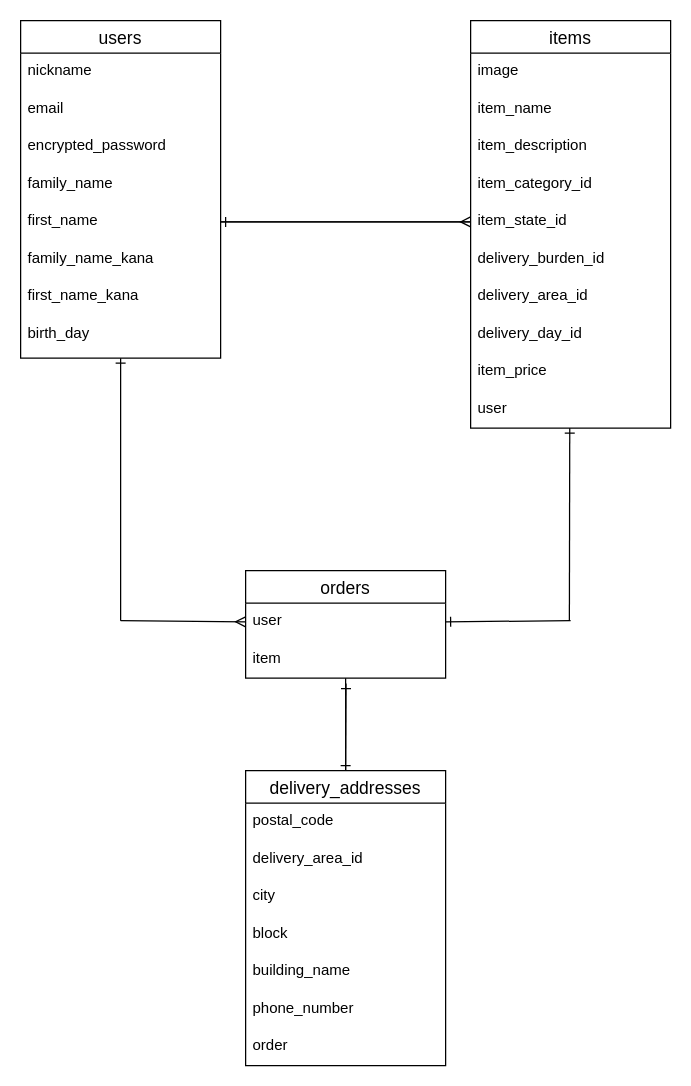
Before: ER.dio in yuukitokyo/furima-38542, a draw.io diagram. Source tidied: cells renumbered, new cells numbered last; positions are measured from the earlier drawing's top-left corner, leaving out a move shared by most shapes. Both pictures are drawn from the tidied source at 125%, with x=0, y=0 at pixel (20, 20).
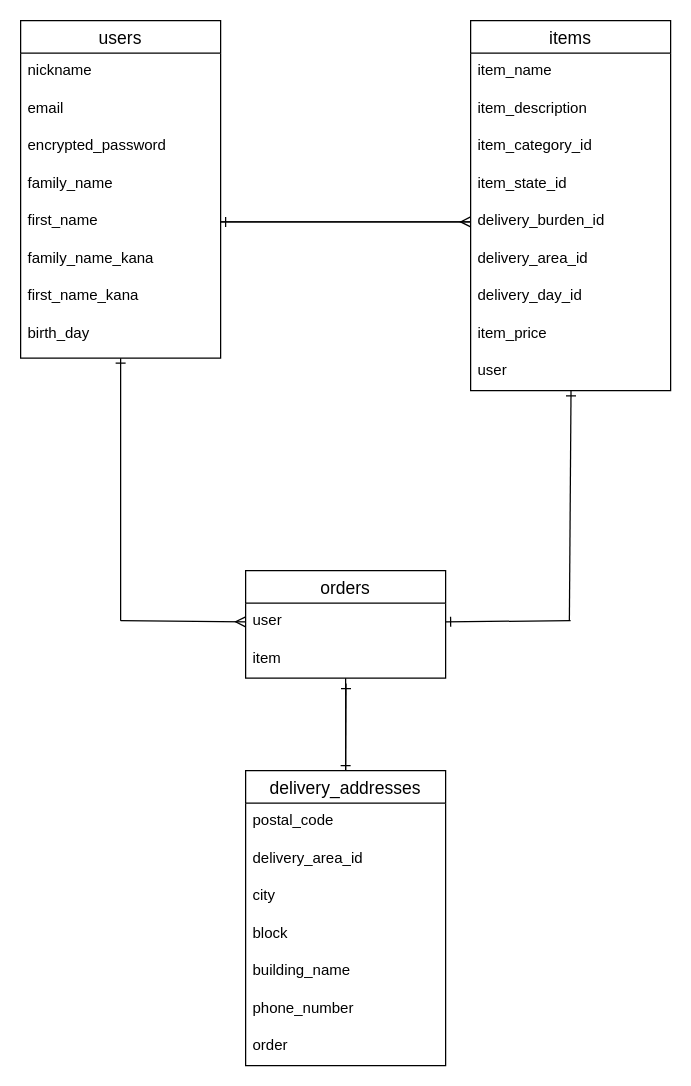
After the change.

Unchanged cells that the change refers to:
```xml
<mxCell id="7" value="first_name" style="text;strokeColor=none;fillColor=none;spacingLeft=4;spacingRight=4;overflow=hidden;points=[[0,0.5],[1,0.5]];portConstraint=eastwest;fontSize=12;" parent="2" vertex="1">
  <mxGeometry y="146" width="160" height="30" as="geometry" />
</mxCell>
```

The edit, as a diff of the source:
```diff
@@
     <mxCell id="11" value="items" style="swimlane;fontStyle=0;horizontal=1;startSize=26;align=center;fontSize=14;" parent="1" vertex="1">
-      <mxGeometry x="360" width="160" height="326" as="geometry" />
+      <mxGeometry x="360" width="160" height="296" as="geometry" />
     </mxCell>
-    <mxCell id="12" value="image" style="text;strokeColor=none;fillColor=none;spacingLeft=4;spacingRight=4;overflow=hidden;fontSize=12;" parent="11" vertex="1">
-      <mxGeometry y="26" width="160" height="30" as="geometry" />
-    </mxCell>
     <mxCell id="13" value="item_name" style="text;strokeColor=none;fillColor=none;spacingLeft=4;spacingRight=4;overflow=hidden;fontSize=12;" parent="11" vertex="1">
-      <mxGeometry y="56" width="160" height="30" as="geometry" />
+      <mxGeometry y="26" width="160" height="30" as="geometry" />
     </mxCell>
     <mxCell id="14" value="item_description" style="text;strokeColor=none;fillColor=none;spacingLeft=4;spacingRight=4;overflow=hidden;fontSize=12;" parent="11" vertex="1">
-      <mxGeometry y="86" width="160" height="30" as="geometry" />
+      <mxGeometry y="56" width="160" height="30" as="geometry" />
     </mxCell>
     <mxCell id="15" value="item_category_id" style="text;strokeColor=none;fillColor=none;spacingLeft=4;spacingRight=4;overflow=hidden;fontSize=12;" parent="11" vertex="1">
-      <mxGeometry y="116" width="160" height="30" as="geometry" />
+      <mxGeometry y="86" width="160" height="30" as="geometry" />
     </mxCell>
     <mxCell id="16" value="item_state_id" style="text;strokeColor=none;fillColor=none;spacingLeft=4;spacingRight=4;overflow=hidden;points=[[0,0.5],[1,0.5]];portConstraint=eastwest;fontSize=12;" parent="11" vertex="1">
-      <mxGeometry y="146" width="160" height="30" as="geometry" />
+      <mxGeometry y="116" width="160" height="30" as="geometry" />
     </mxCell>
     <mxCell id="17" value="delivery_burden_id" style="text;strokeColor=none;fillColor=none;spacingLeft=4;spacingRight=4;overflow=hidden;points=[[0,0.5],[1,0.5]];portConstraint=eastwest;fontSize=12;" parent="11" vertex="1">
-      <mxGeometry y="176" width="160" height="30" as="geometry" />
+      <mxGeometry y="146" width="160" height="30" as="geometry" />
     </mxCell>
     <mxCell id="18" value="delivery_area_id" style="text;strokeColor=none;fillColor=none;spacingLeft=4;spacingRight=4;overflow=hidden;fontSize=12;" parent="11" vertex="1">
-      <mxGeometry y="206" width="160" height="30" as="geometry" />
+      <mxGeometry y="176" width="160" height="30" as="geometry" />
     </mxCell>
     <mxCell id="19" value="delivery_day_id" style="text;strokeColor=none;fillColor=none;spacingLeft=4;spacingRight=4;overflow=hidden;fontSize=12;" parent="11" vertex="1">
-      <mxGeometry y="236" width="160" height="30" as="geometry" />
+      <mxGeometry y="206" width="160" height="30" as="geometry" />
     </mxCell>
     <mxCell id="20" value="item_price" style="text;strokeColor=none;fillColor=none;spacingLeft=4;spacingRight=4;overflow=hidden;fontSize=12;" parent="11" vertex="1">
-      <mxGeometry y="266" width="160" height="30" as="geometry" />
+      <mxGeometry y="236" width="160" height="30" as="geometry" />
     </mxCell>
     <mxCell id="21" value="user" style="text;strokeColor=none;fillColor=none;spacingLeft=4;spacingRight=4;overflow=hidden;points=[[0,0.5],[1,0.5]];portConstraint=eastwest;fontSize=12;" parent="11" vertex="1">
-      <mxGeometry y="296" width="160" height="30" as="geometry" />
+      <mxGeometry y="266" width="160" height="30" as="geometry" />
     </mxCell>
@@
-    <mxCell id="35" style="edgeStyle=none;html=1;exitX=1;exitY=0.5;exitDx=0;exitDy=0;entryX=0;entryY=0.5;entryDx=0;entryDy=0;endArrow=ERmany;endFill=0;" parent="1" edge="1" source="7" target="16">
+    <mxCell id="35" style="edgeStyle=none;html=1;exitX=1;exitY=0.5;exitDx=0;exitDy=0;entryX=0;entryY=0.5;entryDx=0;entryDy=0;endArrow=ERmany;endFill=0;" parent="1" edge="1" source="7" target="17">
       <mxGeometry relative="1" as="geometry" />
     </mxCell>
-    <mxCell id="36" style="edgeStyle=none;html=1;exitX=0;exitY=0.5;exitDx=0;exitDy=0;entryX=1;entryY=0.5;entryDx=0;entryDy=0;endArrow=ERone;endFill=0;" parent="1" edge="1" source="16" target="7">
+    <mxCell id="36" style="edgeStyle=none;html=1;exitX=0;exitY=0.5;exitDx=0;exitDy=0;entryX=1;entryY=0.5;entryDx=0;entryDy=0;endArrow=ERone;endFill=0;" parent="1" edge="1" source="17" target="7">
       <mxGeometry relative="1" as="geometry" />
     </mxCell>
@@
-    <mxCell id="39" style="endArrow=ERone;html=1;rounded=0;endFill=0;" parent="1" edge="1">
+    <mxCell id="39" style="endArrow=ERone;html=1;rounded=0;endFill=0;entryX=0.502;entryY=1.007;entryDx=0;entryDy=0;entryPerimeter=0;" parent="1" edge="1" target="21">
       <mxGeometry relative="1" as="geometry">
         <mxPoint x="439" y="480" as="sourcePoint" />
-        <mxPoint x="439.3" y="326" as="targetPoint" />
       </mxGeometry>
     </mxCell>
```
